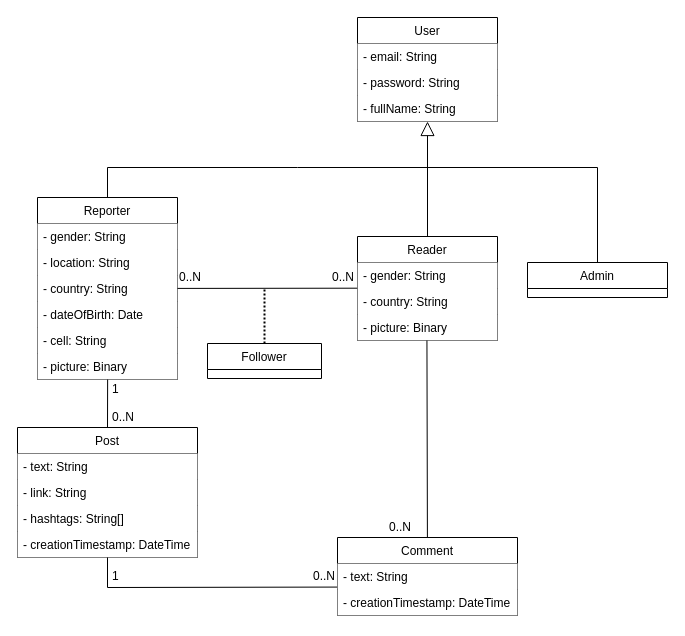
This is page "Details" (2 of 2) of Docs/DataModelling.drawio from MatteBiondi/LSMSD_SocialNews, a draw.io file, before an edit. Source tidied: cells renumbered, new cells numbered last; positions are measured from the earlier drawing's top-left corner, leaving out a move shared by most shapes. Both pictures are drawn from the tidied source at 100%, with x=0, y=0 at pixel (17, 17).
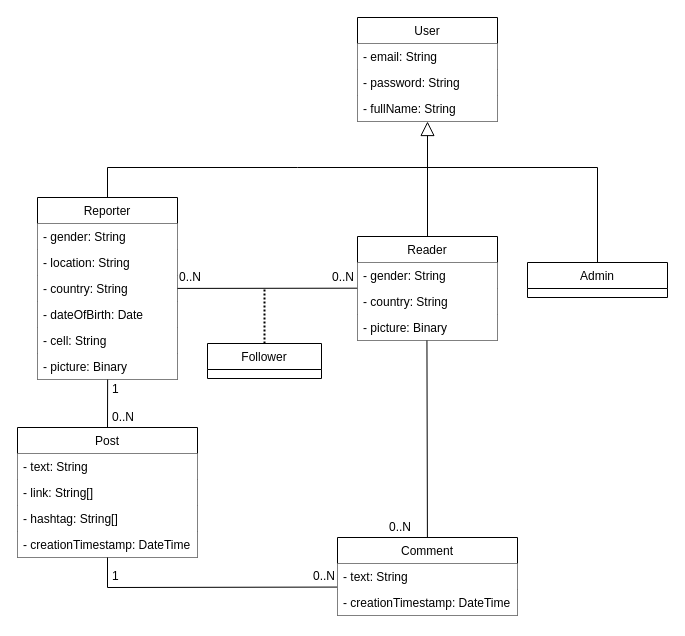
The same page after the edit.

The change refers to these unchanged cells:
```xml
<mxCell id="18" value="Post" style="swimlane;fontStyle=0;horizontal=1;startSize=26;fillColor=default;" parent="1" vertex="1">
  <mxGeometry y="410" width="180" height="130" as="geometry" />
</mxCell>
```

Diff of the diagram source:
```diff
@@
-    <mxCell id="20" value="- link: String" style="text;align=left;verticalAlign=top;spacingLeft=4;spacingRight=4;overflow=hidden;fillColor=default;" parent="18" vertex="1">
+    <mxCell id="20" value="- link: String[]" style="text;align=left;verticalAlign=top;spacingLeft=4;spacingRight=4;overflow=hidden;fillColor=default;" parent="18" vertex="1">
       <mxGeometry y="52" width="180" height="26" as="geometry" />
     </mxCell>
-    <mxCell id="21" value="- hashtags: String[]" style="text;align=left;verticalAlign=top;spacingLeft=4;spacingRight=4;overflow=hidden;fillColor=default;" parent="18" vertex="1">
+    <mxCell id="21" value="- hashtag: String[]" style="text;align=left;verticalAlign=top;spacingLeft=4;spacingRight=4;overflow=hidden;fillColor=default;" parent="18" vertex="1">
       <mxGeometry y="78" width="180" height="26" as="geometry" />
     </mxCell>
```
